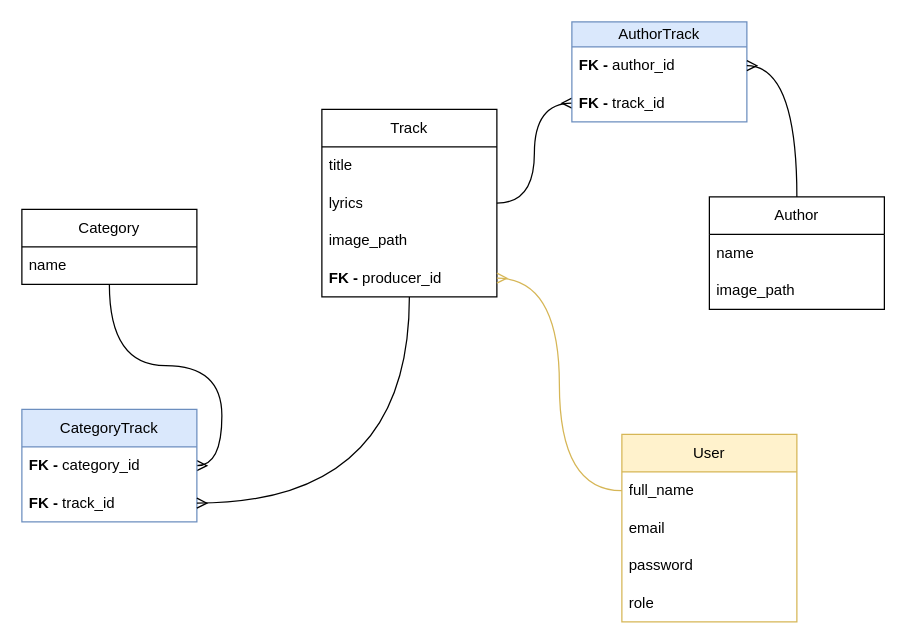
Before: musicDB.drawio in OleksandrMustakaiev/ajs_ca1, a draw.io diagram. Source tidied: cells renumbered, new cells numbered last; positions are measured from the earlier drawing's top-left corner, leaving out a move shared by most shapes. Both pictures are drawn from the tidied source at 125%, with x=0, y=0 at pixel (21, 21).
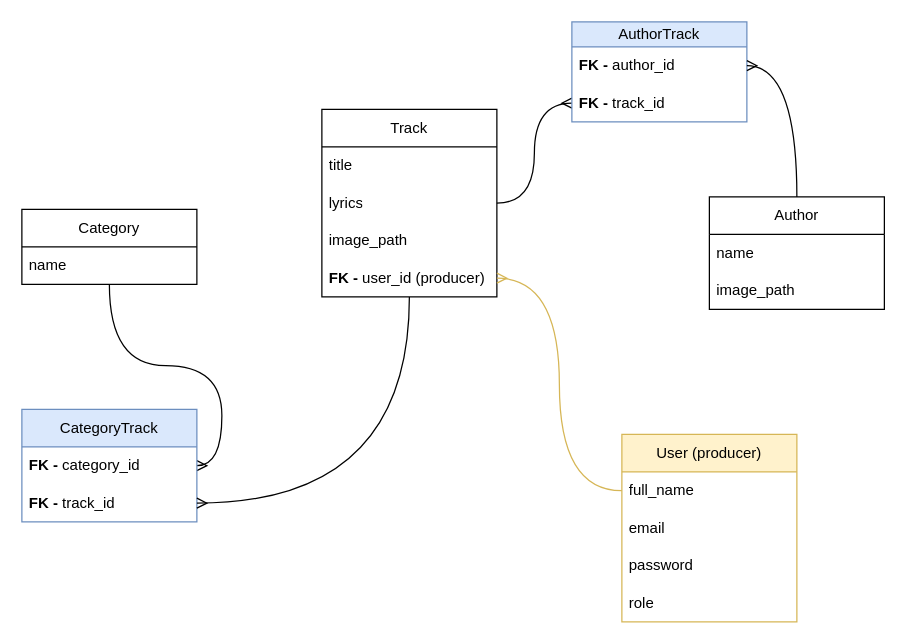
Above is the later version.

Unchanged cells that the change refers to:
```xml
<mxCell id="2" value="Track" style="swimlane;fontStyle=0;horizontal=1;startSize=30;whiteSpace=wrap;html=1;" parent="1" vertex="1">
  <mxGeometry x="240" y="70" width="140" height="150" as="geometry" />
</mxCell>
```

Change to the diagram source:
```diff
@@
-    <mxCell id="6" value="&lt;b&gt;FK -&amp;nbsp;&lt;/b&gt;producer_id" style="text;strokeColor=none;fillColor=none;align=left;verticalAlign=middle;spacingLeft=4;spacingRight=4;overflow=hidden;points=[[0,0.5],[1,0.5]];portConstraint=eastwest;whiteSpace=wrap;html=1;" parent="2" vertex="1">
+    <mxCell id="6" value="&lt;b&gt;FK -&amp;nbsp;&lt;/b&gt;user_id (producer)" style="text;strokeColor=none;fillColor=none;align=left;verticalAlign=middle;spacingLeft=4;spacingRight=4;overflow=hidden;points=[[0,0.5],[1,0.5]];portConstraint=eastwest;whiteSpace=wrap;html=1;" parent="2" vertex="1">
       <mxGeometry y="120" width="140" height="30" as="geometry" />
     </mxCell>
@@
-    <mxCell id="11" value="User" style="swimlane;fontStyle=0;horizontal=1;startSize=30;whiteSpace=wrap;html=1;fillColor=#fff2cc;strokeColor=#d6b656;" parent="1" vertex="1">
+    <mxCell id="11" value="User (producer)" style="swimlane;fontStyle=0;horizontal=1;startSize=30;whiteSpace=wrap;html=1;fillColor=#fff2cc;strokeColor=#d6b656;" parent="1" vertex="1">
       <mxGeometry x="480" y="330" width="140" height="150" as="geometry" />
     </mxCell>
```
